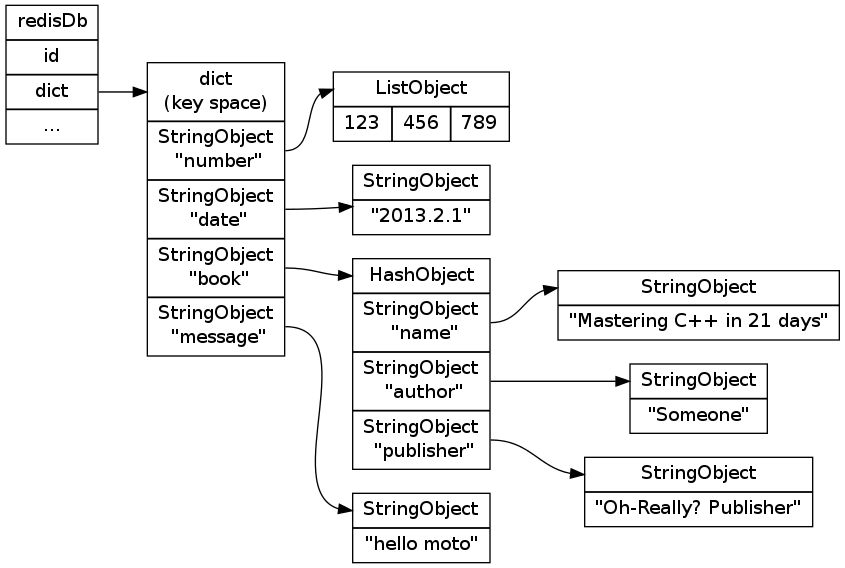
Above: internal/image/db-after-insert-new-key.png in huangzworks/redisbook (Graphviz), before the change. Its source is kept beside it as internal/image/db-after-insert-new-key.dot.
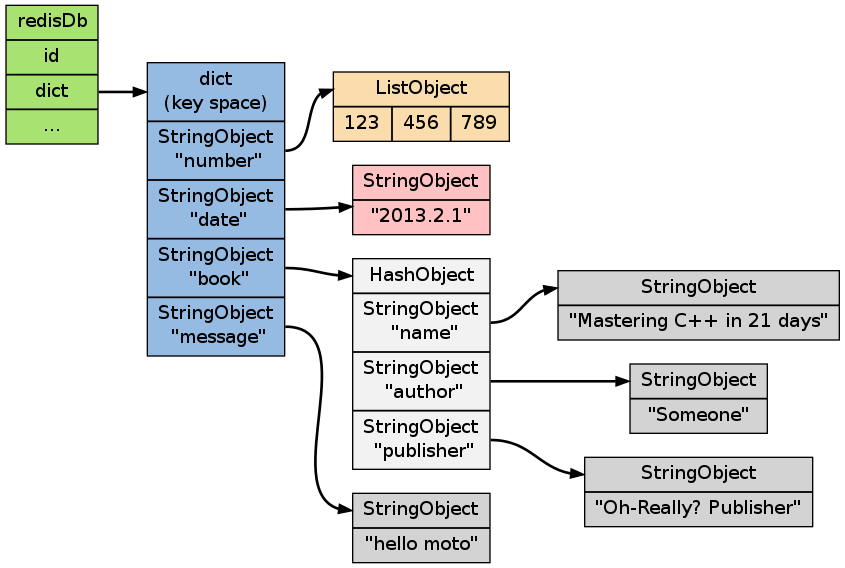
The same file after the commit.

Diff of the diagram source:
```diff
@@ -2,23 +2,27 @@
 
     rankdir = LR;
 
-    node [shape = record];
+    node [shape = record, style = filled];
 
-    redisDb [label = "redisDb | id |<dict> dict | ..."];
+    edge [style = bold];
 
-    dict [label = "<head>dict\n(key space) |<number>StringObject\n \"number\" |<date>StringObject\n \"date\" |<book>StringObject\n \"book\" |<message>StringObject\n \"message\""];
 
-    number [label = "<head>ListObject | { 123 | 456 | 789 }"];
+    redisDb [label = "redisDb | id |<dict> dict | ...", fillcolor = "#A8E270"];
 
-    date [label =  "<head>StringObject | \"2013.2.1\""];
+    dict [label = "<head>dict\n(key space) |<number>StringObject\n \"number\" |<date>StringObject\n \"date\" |<book>StringObject\n \"book\" |<message>StringObject\n \"message\"", fillcolor = "#95BBE3"];
 
-    book [label = "<head>HashObject |<name>StringObject\n \"name\" |<author>StringObject\n \"author\" |<publisher>StringObject\n \"publisher\""];
+    number [label = "<head>ListObject | { 123 | 456 | 789 }", fillcolor = "#FADCAD"];
+
+    book [label = "<head>HashObject |<name>StringObject\n \"name\" |<author>StringObject\n \"author\" |<publisher>StringObject\n \"publisher\"", fillcolor = "#F2F2F2"];
 
     book_name [label = "<head>StringObject | \"Mastering C++ in 21 days\""];
     book_author [label = "<head>StringObject | \"Someone\""];
     book_publisher [label = "<head>StringObject | \"Oh-Really? Publisher\""];
 
     message [label = "<head>StringObject | \"hello moto\""];
+
+    date [label =  "<head>StringObject | \"2013.2.1\"", fillcolor = "#FFC1C1"];
+
 
     redisDb:dict -> dict:head;
 
```
